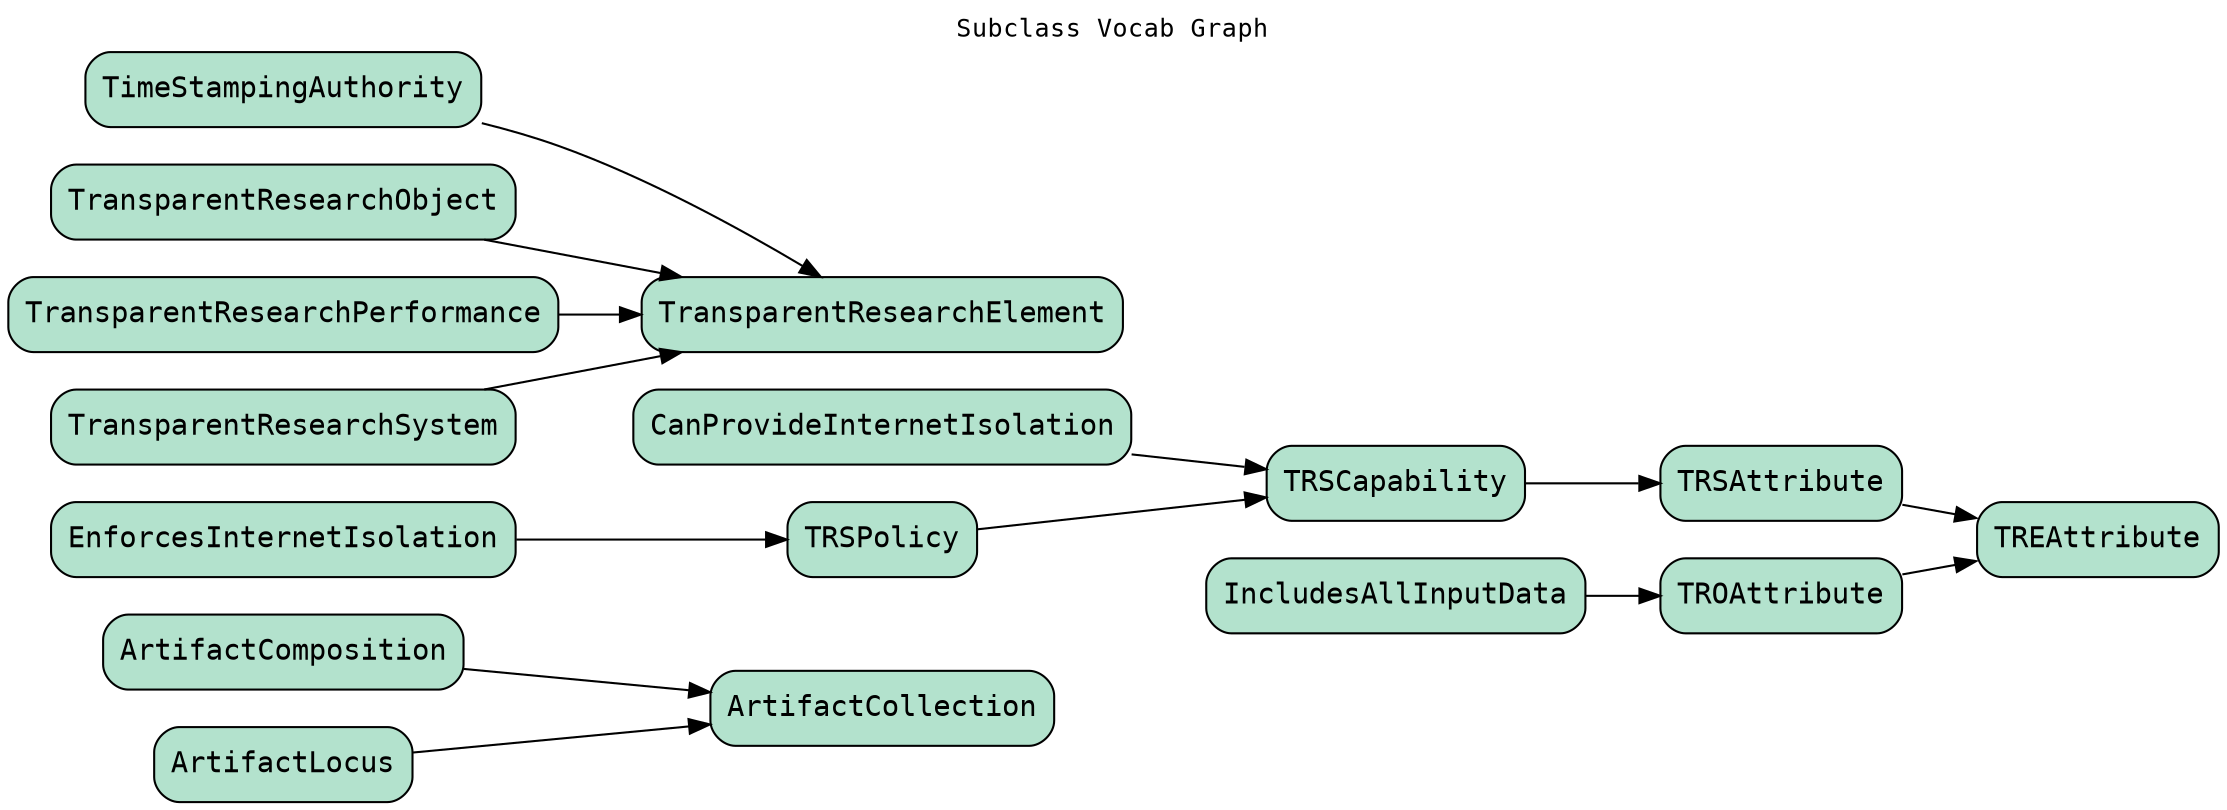
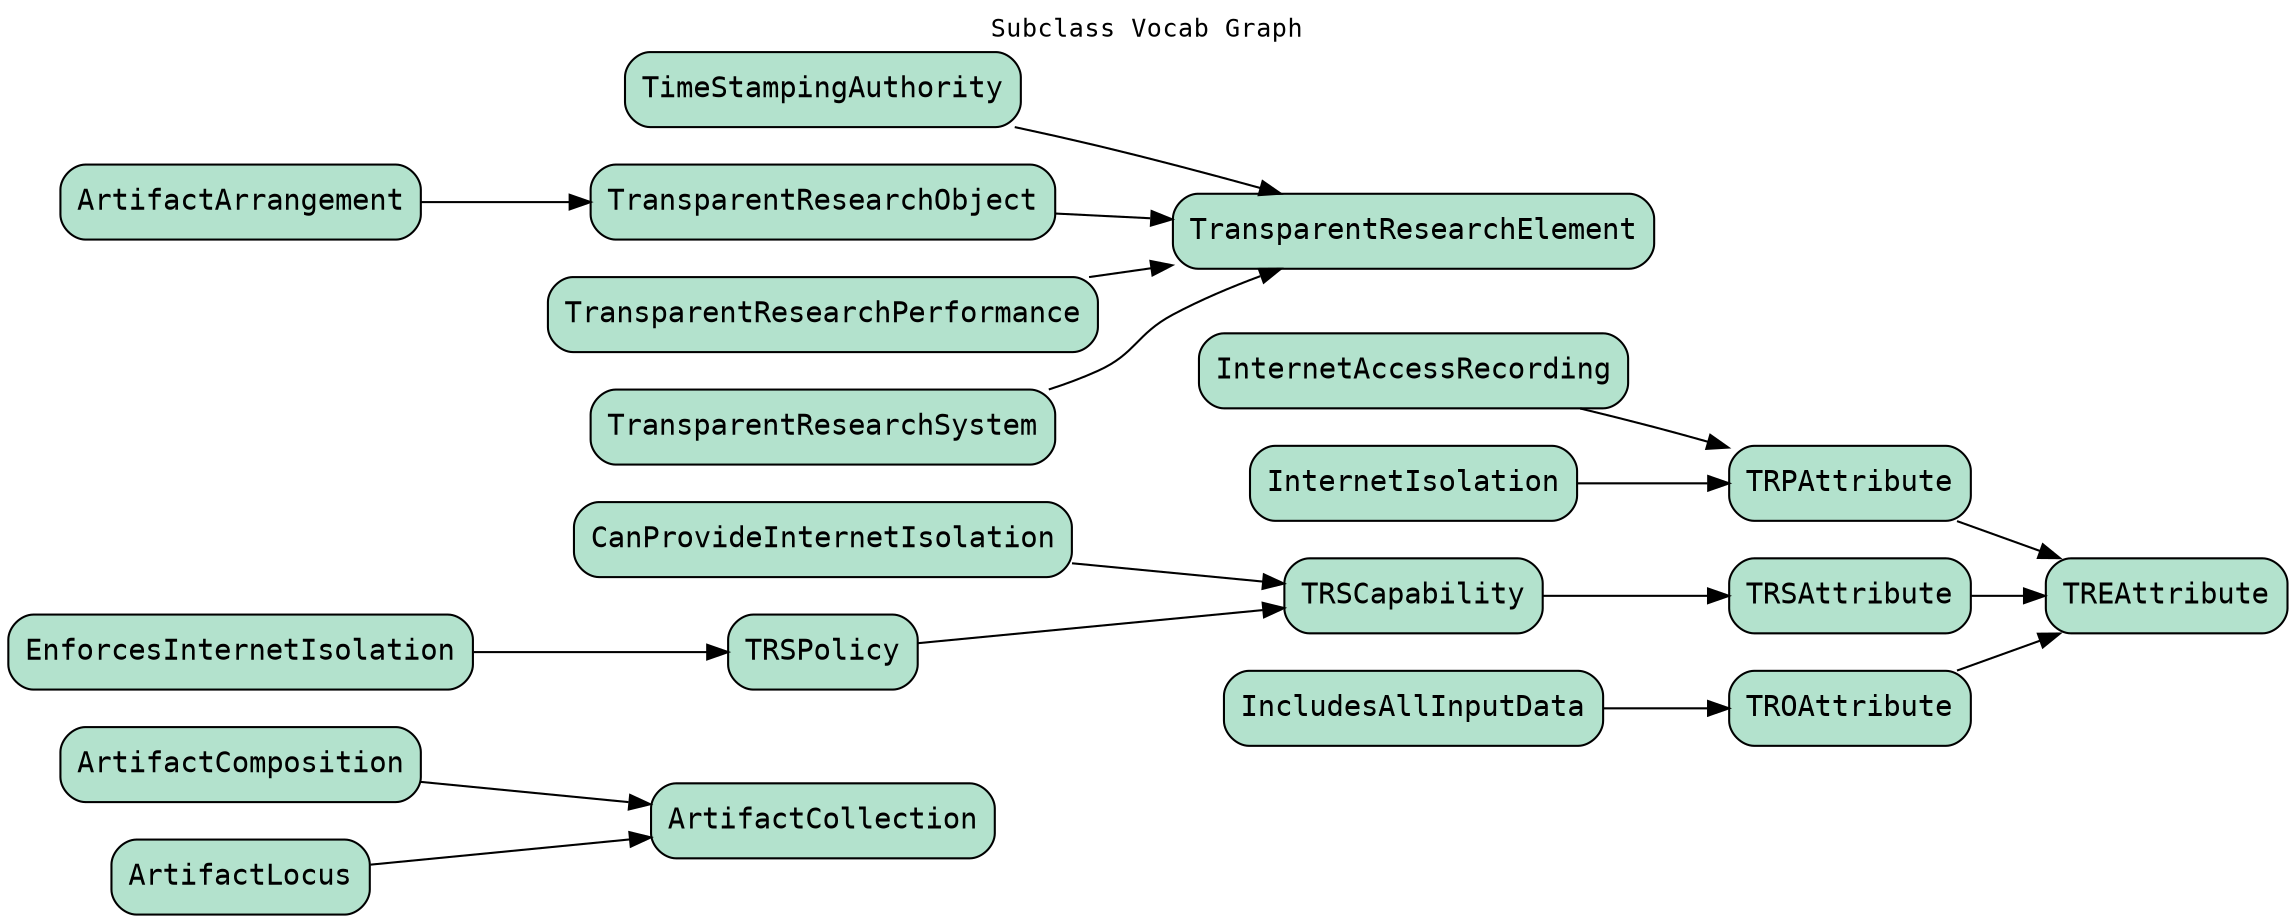

    digraph subclass_vocab_graph {
    rankdir=LR
    fontname=Courier; fontsize=12; labelloc=t
    label="Subclass Vocab Graph"
            node[shape=box style="filled, rounded" fillcolor="#b3e2cd" peripheries=1 fontname=Courier]

    ArtifactComposition -> ArtifactCollection
    ArtifactLocus -> ArtifactCollection
    TROAttribute -> TREAttribute
+     TRPAttribute -> TREAttribute
    TRSAttribute -> TREAttribute
    IncludesAllInputData -> TROAttribute
+     InternetAccessRecording -> TRPAttribute
+     InternetIsolation -> TRPAttribute
    TRSCapability -> TRSAttribute
    CanProvideInternetIsolation -> TRSCapability
    TRSPolicy -> TRSCapability
    EnforcesInternetIsolation -> TRSPolicy
    TimeStampingAuthority -> TransparentResearchElement
    TransparentResearchObject -> TransparentResearchElement
    TransparentResearchPerformance -> TransparentResearchElement
    TransparentResearchSystem -> TransparentResearchElement
+     ArtifactArrangement -> TransparentResearchObject

    }